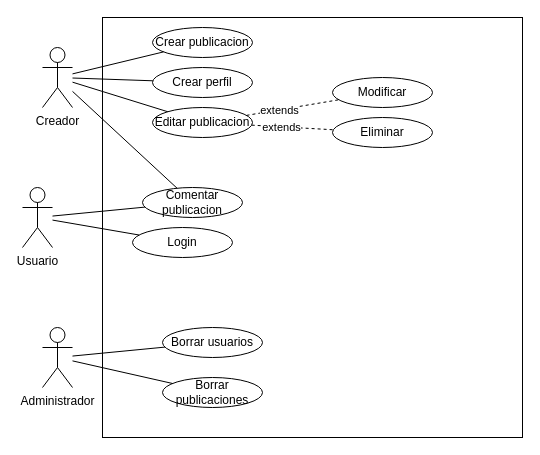
Earlier version of the draw.io diagram 1.Proyecto Final Programacion/Diagrama de Casos de Uso.drawio (roobcrack/1DAM). Source tidied: cells renumbered, new cells numbered last; positions are measured from the earlier drawing's top-left corner, leaving out a move shared by most shapes. Both pictures are drawn from the tidied source at 100%, with x=0, y=0 at pixel (22, 17).
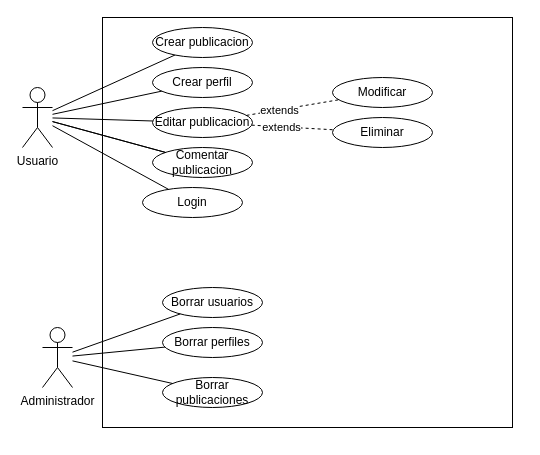
Above is the later version.

Unchanged cells that the change refers to:
```xml
<mxCell id="5" value="&lt;div&gt;Administrador&lt;/div&gt;" style="shape=umlActor;verticalLabelPosition=bottom;verticalAlign=top;html=1;" parent="1" vertex="1">
  <mxGeometry x="20" y="310" width="30" height="60" as="geometry" />
</mxCell>
<mxCell id="8" value="Crear publicacion" style="ellipse;whiteSpace=wrap;html=1;" parent="1" vertex="1">
  <mxGeometry x="130" y="10" width="100" height="30" as="geometry" />
</mxCell>
<mxCell id="10" value="Crear perfil" style="ellipse;whiteSpace=wrap;html=1;" parent="1" vertex="1">
  <mxGeometry x="130" y="50" width="100" height="30" as="geometry" />
</mxCell>
<mxCell id="18" value="Editar publicacion" style="ellipse;whiteSpace=wrap;html=1;" parent="1" vertex="1">
  <mxGeometry x="130" y="90" width="100" height="30" as="geometry" />
</mxCell>
```

What changed in the source:
```diff
@@
     <mxCell id="2" value="Usuario" style="shape=umlActor;verticalLabelPosition=bottom;verticalAlign=top;html=1;" parent="1" vertex="1">
-      <mxGeometry y="170" width="30" height="60" as="geometry" />
+      <mxGeometry y="70" width="30" height="60" as="geometry" />
     </mxCell>
     <mxCell id="3" style="whiteSpace=wrap;html=1;" parent="1" vertex="1">
-      <mxGeometry x="80" width="420" height="420" as="geometry" />
+      <mxGeometry x="80" width="410" height="410" as="geometry" />
     </mxCell>
-    <mxCell id="4" value="Creador" style="shape=umlActor;verticalLabelPosition=bottom;verticalAlign=top;html=1;" parent="1" vertex="1">
-      <mxGeometry x="20" y="30" width="30" height="60" as="geometry" />
-    </mxCell>
@@
     <mxCell id="6" value="Login" style="ellipse;whiteSpace=wrap;html=1;" parent="1" vertex="1">
-      <mxGeometry x="110" y="210" width="100" height="30" as="geometry" />
+      <mxGeometry x="120" y="170" width="100" height="30" as="geometry" />
     </mxCell>
@@
-    <mxCell id="9" style="endArrow=none;html=1;rounded=0;" parent="1" edge="1" source="4" target="8">
+    <mxCell id="9" style="endArrow=none;html=1;rounded=0;" parent="1" edge="1" source="2" target="8">
       <mxGeometry relative="1" as="geometry" />
     </mxCell>
@@
-    <mxCell id="11" style="endArrow=none;html=1;rounded=0;" parent="1" edge="1" source="4" target="10">
+    <mxCell id="11" style="endArrow=none;html=1;rounded=0;" parent="1" edge="1" source="2" target="10">
       <mxGeometry relative="1" as="geometry" />
     </mxCell>
     <mxCell id="12" value="Comentar publicacion" style="ellipse;whiteSpace=wrap;html=1;" parent="1" vertex="1">
-      <mxGeometry x="120" y="170" width="100" height="30" as="geometry" />
+      <mxGeometry x="130" y="130" width="100" height="30" as="geometry" />
     </mxCell>
@@
     <mxCell id="14" value="Borrar usuarios" style="ellipse;whiteSpace=wrap;html=1;" parent="1" vertex="1">
-      <mxGeometry x="140" y="310" width="100" height="30" as="geometry" />
+      <mxGeometry x="140" y="270" width="100" height="30" as="geometry" />
     </mxCell>
@@
-    <mxCell id="25" style="endArrow=none;html=1;rounded=0;" parent="1" edge="1" source="4" target="18">
+    <mxCell id="25" style="endArrow=none;html=1;rounded=0;" parent="1" edge="1" source="2" target="18">
       <mxGeometry relative="1" as="geometry" />
     </mxCell>
-    <mxCell id="26" style="endArrow=none;html=1;rounded=0;" parent="1" edge="1" source="4" target="12">
+    <mxCell id="26" style="endArrow=none;html=1;rounded=0;" parent="1" edge="1" source="2" target="12">
       <mxGeometry relative="1" as="geometry" />
     </mxCell>
+    <mxCell id="27" value="Borrar perfiles" style="ellipse;whiteSpace=wrap;html=1;" parent="1" vertex="1">
+      <mxGeometry x="140" y="310" width="100" height="30" as="geometry" />
+    </mxCell>
+    <mxCell id="28" style="endArrow=none;html=1;rounded=0;" parent="1" edge="1" source="5" target="27">
+      <mxGeometry relative="1" as="geometry" />
+    </mxCell>
```
